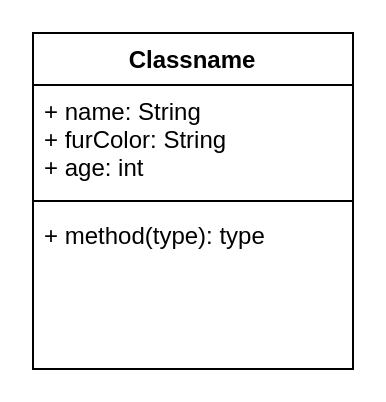
Earlier version of the draw.io diagram cat.drawio (PP-Comcave/02a_Klassen_Objekte_1). Source tidied: cells renumbered, new cells numbered last; positions are measured from the earlier drawing's top-left corner, leaving out a move shared by most shapes. Both pictures are drawn from the tidied source at 200%, with x=0, y=0 at pixel (32, 32).
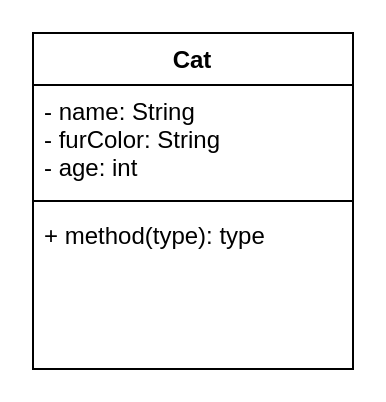
After the change.

The edit, as a diff of the source:
```diff
@@
 <mxGraphModel>
   <root>
     <mxCell id="0" />
     <mxCell id="1" parent="0" />
-    <mxCell id="2" value="Classname" style="swimlane;fontStyle=1;align=center;verticalAlign=top;horizontal=1;startSize=26;" parent="1" vertex="1">
+    <mxCell id="2" value="Cat" style="swimlane;fontStyle=1;align=center;verticalAlign=top;horizontal=1;startSize=26;" parent="1" vertex="1">
       <mxGeometry width="160" height="168" as="geometry" />
     </mxCell>
-    <mxCell id="3" value="+ name: String&#10;+ furColor: String&#10;+ age: int" style="text;strokeColor=none;fillColor=none;align=left;verticalAlign=top;spacingLeft=4;spacingRight=4;overflow=hidden;" parent="2" vertex="1">
+    <mxCell id="3" value="- name: String&#10;- furColor: String&#10;- age: int" style="text;strokeColor=none;fillColor=none;align=left;verticalAlign=top;spacingLeft=4;spacingRight=4;overflow=hidden;" parent="2" vertex="1">
       <mxGeometry y="26" width="160" height="54" as="geometry" />
     </mxCell>
     <mxCell id="4" style="line;strokeWidth=1;fillColor=none;align=left;verticalAlign=middle;spacingTop=-1;spacingLeft=3;spacingRight=3;labelPosition=right;strokeColor=inherit;" parent="2" vertex="1">
       <mxGeometry y="80" width="160" height="8" as="geometry" />
     </mxCell>
     <mxCell id="5" value="+ method(type): type" style="text;strokeColor=none;fillColor=none;align=left;verticalAlign=top;spacingLeft=4;spacingRight=4;overflow=hidden;" parent="2" vertex="1">
       <mxGeometry y="88" width="160" height="80" as="geometry" />
     </mxCell>
   </root>
 </mxGraphModel>
```
